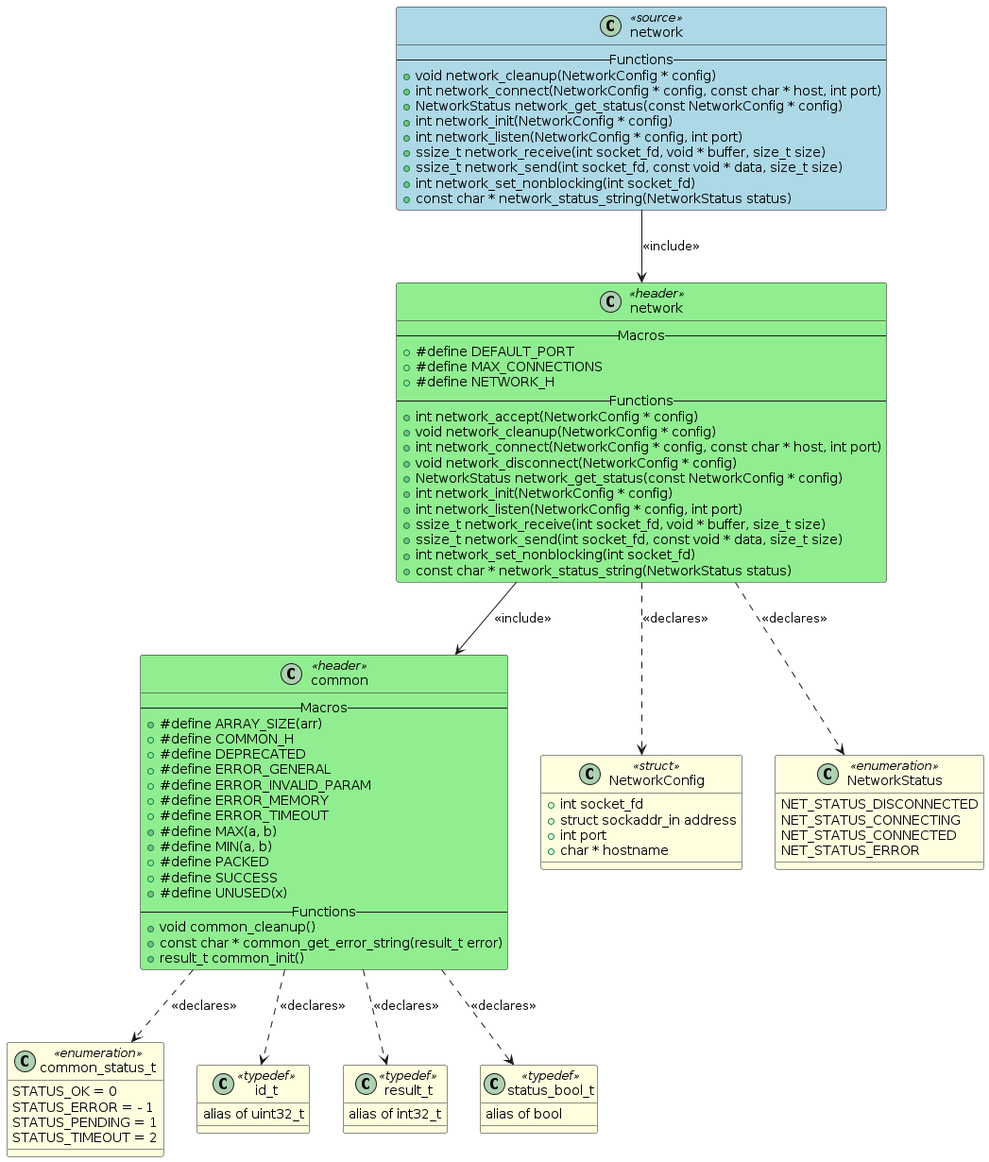
The PlantUML diagram artifacts/output_example/network.png in fischerjooo/c2puml, before a commit. Its diagram source:
```plantuml
@startuml network

class "network" as NETWORK <<source>> #LightBlue
{
    -- Functions --
    + void network_cleanup(NetworkConfig * config)
    + int network_connect(NetworkConfig * config, const char * host, int port)
    + NetworkStatus network_get_status(const NetworkConfig * config)
    + int network_init(NetworkConfig * config)
    + int network_listen(NetworkConfig * config, int port)
    + ssize_t network_receive(int socket_fd, void * buffer, size_t size)
    + ssize_t network_send(int socket_fd, const void * data, size_t size)
    + int network_set_nonblocking(int socket_fd)
    + const char * network_status_string(NetworkStatus status)
}

class "common" as HEADER_COMMON <<header>> #LightGreen
{
    -- Macros --
    + #define ARRAY_SIZE(arr)
    + #define COMMON_H
    + #define DEPRECATED
    + #define ERROR_GENERAL
    + #define ERROR_INVALID_PARAM
    + #define ERROR_MEMORY
    + #define ERROR_TIMEOUT
    + #define MAX(a, b)
    + #define MIN(a, b)
    + #define PACKED
    + #define SUCCESS
    + #define UNUSED(x)
    -- Functions --
    + void common_cleanup()
    + const char * common_get_error_string(result_t error)
    + result_t common_init()
}

class "network" as HEADER_NETWORK <<header>> #LightGreen
{
    -- Macros --
    + #define DEFAULT_PORT
    + #define MAX_CONNECTIONS
    + #define NETWORK_H
    -- Functions --
    + int network_accept(NetworkConfig * config)
    + void network_cleanup(NetworkConfig * config)
    + int network_connect(NetworkConfig * config, const char * host, int port)
    + void network_disconnect(NetworkConfig * config)
    + NetworkStatus network_get_status(const NetworkConfig * config)
    + int network_init(NetworkConfig * config)
    + int network_listen(NetworkConfig * config, int port)
    + ssize_t network_receive(int socket_fd, void * buffer, size_t size)
    + ssize_t network_send(int socket_fd, const void * data, size_t size)
    + int network_set_nonblocking(int socket_fd)
    + const char * network_status_string(NetworkStatus status)
}

class "common_status_t" as TYPEDEF_COMMON_STATUS_T <<enumeration>> #LightYellow
{
    STATUS_OK = 0
    STATUS_ERROR = - 1
    STATUS_PENDING = 1
    STATUS_TIMEOUT = 2
}

class "id_t" as TYPEDEF_ID_T <<typedef>> #LightYellow
{
    alias of uint32_t
}

class "result_t" as TYPEDEF_RESULT_T <<typedef>> #LightYellow
{
    alias of int32_t
}

class "status_bool_t" as TYPEDEF_STATUS_BOOL_T <<typedef>> #LightYellow
{
    alias of bool
}

class "NetworkConfig" as TYPEDEF_NETWORKCONFIG <<struct>> #LightYellow
{
    + int socket_fd
    + struct sockaddr_in address
    + int port
    + char * hostname
}

class "NetworkStatus" as TYPEDEF_NETWORKSTATUS <<enumeration>> #LightYellow
{
    NET_STATUS_DISCONNECTED
    NET_STATUS_CONNECTING
    NET_STATUS_CONNECTED
    NET_STATUS_ERROR
}


NETWORK --> HEADER_NETWORK : <<include>>
HEADER_NETWORK --> HEADER_COMMON : <<include>>

HEADER_COMMON ..> TYPEDEF_COMMON_STATUS_T : <<declares>>
HEADER_COMMON ..> TYPEDEF_ID_T : <<declares>>
HEADER_COMMON ..> TYPEDEF_RESULT_T : <<declares>>
HEADER_COMMON ..> TYPEDEF_STATUS_BOOL_T : <<declares>>
HEADER_NETWORK ..> TYPEDEF_NETWORKCONFIG : <<declares>>
HEADER_NETWORK ..> TYPEDEF_NETWORKSTATUS : <<declares>>


@enduml
```
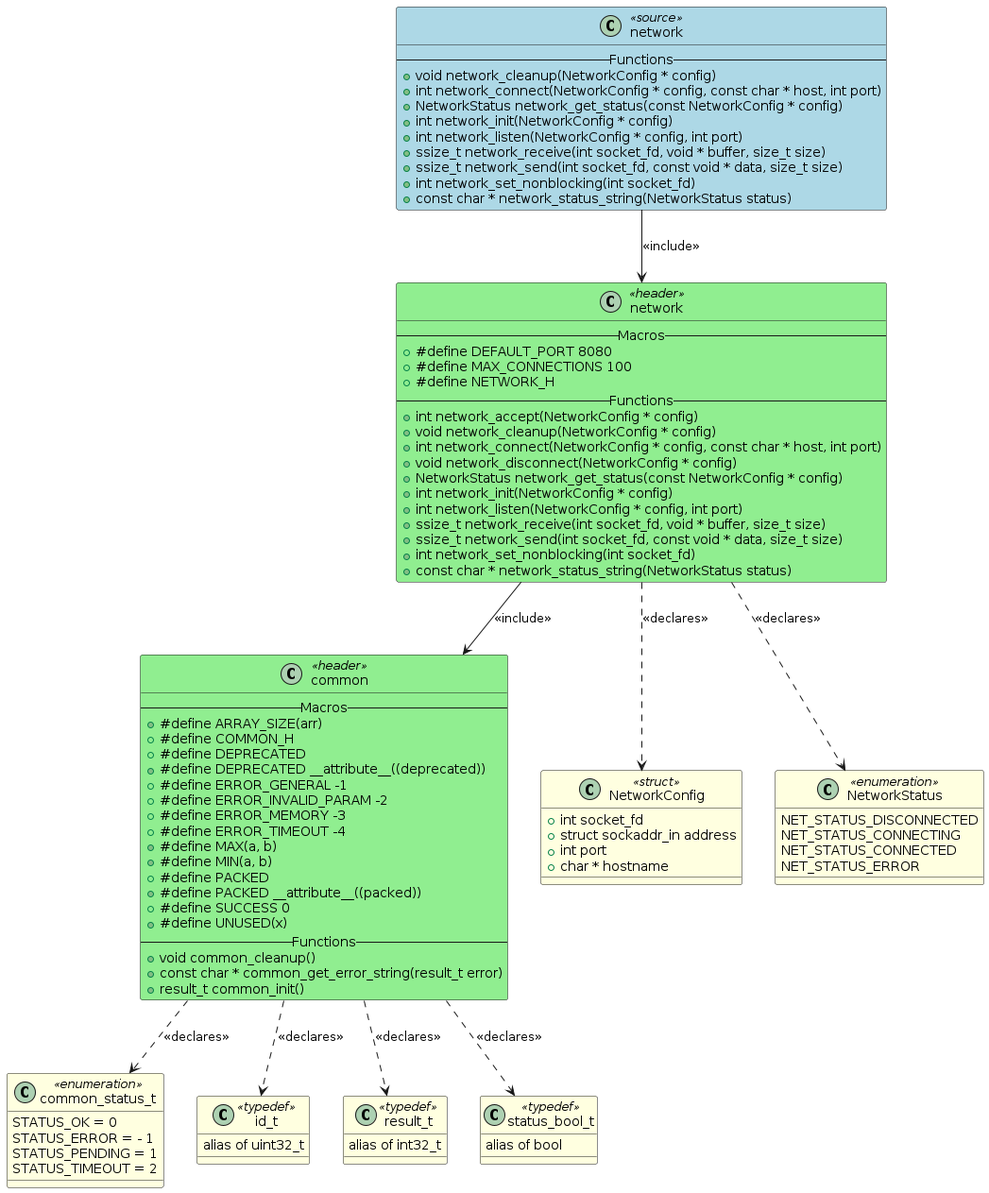
Later version of the same file.

The edit, as a diff of the source:
```diff
@@ -20,14 +20,16 @@
     + #define ARRAY_SIZE(arr)
     + #define COMMON_H
     + #define DEPRECATED
-    + #define ERROR_GENERAL
-    + #define ERROR_INVALID_PARAM
-    + #define ERROR_MEMORY
-    + #define ERROR_TIMEOUT
+    + #define DEPRECATED __attribute__((deprecated))
+    + #define ERROR_GENERAL -1
+    + #define ERROR_INVALID_PARAM -2
+    + #define ERROR_MEMORY -3
+    + #define ERROR_TIMEOUT -4
     + #define MAX(a, b)
     + #define MIN(a, b)
     + #define PACKED
-    + #define SUCCESS
+    + #define PACKED __attribute__((packed))
+    + #define SUCCESS 0
     + #define UNUSED(x)
     -- Functions --
     + void common_cleanup()
@@ -38,8 +40,8 @@
 class "network" as HEADER_NETWORK <<header>> #LightGreen
 {
     -- Macros --
-    + #define DEFAULT_PORT
-    + #define MAX_CONNECTIONS
+    + #define DEFAULT_PORT 8080
+    + #define MAX_CONNECTIONS 100
     + #define NETWORK_H
     -- Functions --
     + int network_accept(NetworkConfig * config)
```
